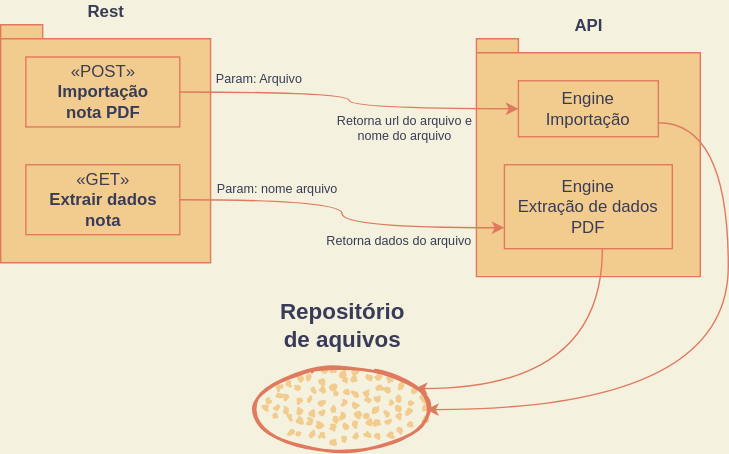
Daivdson/irpf keeps this draw.io diagram as docs/fluxo-importacao.svg. Above is the earlier version. Source tidied: cells renumbered, new cells last; positions are measured from the earlier drawing's top-left corner, leaving out a move shared by most shapes.
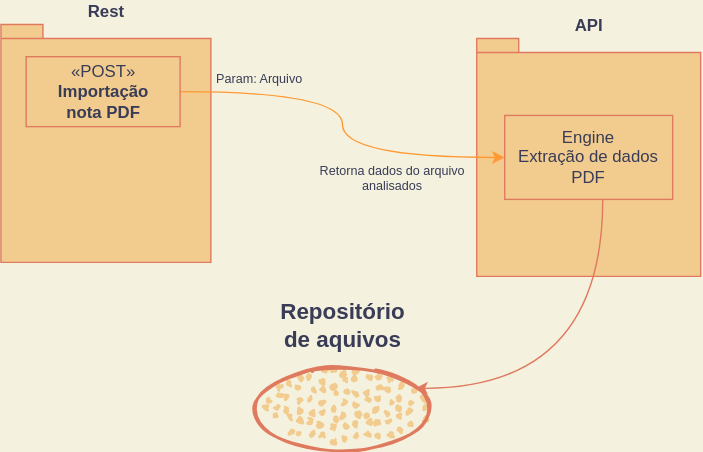
Above is the later version.

Commit message:
Alteração do fluxo

What changed in the source:
```diff
@@ -8,9 +8,9 @@
     <mxCell id="3" value="Rest" style="shape=folder;fontStyle=1;spacingTop=10;tabWidth=30;tabHeight=10;tabPosition=left;html=1;labelPosition=center;verticalLabelPosition=top;align=center;verticalAlign=bottom;textDirection=rtl;fillColor=#F2CC8F;strokeColor=#E07A5F;fontColor=#393C56;" parent="1" vertex="1">
       <mxGeometry width="150" height="170" as="geometry" />
     </mxCell>
-    <mxCell id="4" style="edgeStyle=orthogonalEdgeStyle;curved=1;rounded=0;jettySize=auto;html=1;fontSize=9;strokeColor=#E07A5F;fontColor=#393C56;labelBackgroundColor=#F4F1DE;" parent="1" edge="1" source="5" target="9">
-      <mxGeometry relative="1" as="geometry" />
-    </mxCell>
+    <mxCell id="18" style="edgeStyle=orthogonalEdgeStyle;rounded=0;jettySize=auto;html=1;curved=1;strokeColor=#FF9933;" parent="1" edge="1" source="5" target="13">
+      <mxGeometry relative="1" as="geometry" />
+    </mxCell>
     <mxCell id="5" value="«POST»&lt;br&gt;&lt;b&gt;Importação&lt;br&gt;nota PDF&lt;br&gt;&lt;/b&gt;" style="html=1;fillColor=#F2CC8F;strokeColor=#E07A5F;fontColor=#393C56;" parent="1" vertex="1">
       <mxGeometry x="18" y="23" width="110" height="50" as="geometry" />
     </mxCell>
@@ -20,23 +20,6 @@
     <mxCell id="7" value="&lt;div style=&quot;font-size: 16px&quot;&gt;&lt;font style=&quot;font-size: 16px&quot;&gt;Repositório&lt;/font&gt;&lt;/div&gt;&lt;div style=&quot;font-size: 16px&quot;&gt;&lt;font style=&quot;font-size: 16px&quot;&gt;de aquivos&lt;/font&gt;&lt;/div&gt;" style="text;strokeColor=none;fillColor=none;html=1;fontSize=24;fontStyle=1;verticalAlign=middle;align=center;strokeWidth=1;fontColor=#393C56;" parent="1" vertex="1">
       <mxGeometry x="194" y="190" width="100" height="50" as="geometry" />
     </mxCell>
-    <mxCell id="8" style="edgeStyle=orthogonalEdgeStyle;rounded=0;jettySize=auto;html=1;fontSize=16;curved=1;strokeColor=#E07A5F;fontColor=#393C56;labelBackgroundColor=#F4F1DE;" parent="1" edge="1" source="9" target="6">
-      <mxGeometry relative="1" as="geometry">
-        <Array as="points">
-          <mxPoint x="520" y="70" />
-          <mxPoint x="520" y="275" />
-        </Array>
-      </mxGeometry>
-    </mxCell>
-    <mxCell id="9" value="Engine&lt;br&gt;Importação" style="whiteSpace=wrap;html=1;fillColor=#F2CC8F;strokeColor=#E07A5F;fontColor=#393C56;" parent="1" vertex="1">
-      <mxGeometry x="370" y="40" width="100" height="40" as="geometry" />
-    </mxCell>
-    <mxCell id="10" style="edgeStyle=orthogonalEdgeStyle;rounded=0;jettySize=auto;html=1;entryX=0;entryY=0.75;entryDx=0;entryDy=0;fontSize=16;curved=1;strokeColor=#E07A5F;fontColor=#393C56;labelBackgroundColor=#F4F1DE;" parent="1" edge="1" source="11" target="13">
-      <mxGeometry relative="1" as="geometry" />
-    </mxCell>
-    <mxCell id="11" value="«GET»&lt;br&gt;&lt;div&gt;&lt;b&gt;Extrair dados&lt;/b&gt;&lt;/div&gt;&lt;div&gt;&lt;b&gt;nota&lt;br&gt;&lt;/b&gt;&lt;/div&gt;" style="html=1;fillColor=#F2CC8F;strokeColor=#E07A5F;fontColor=#393C56;" parent="1" vertex="1">
-      <mxGeometry x="18" y="100" width="110" height="50" as="geometry" />
-    </mxCell>
     <mxCell id="12" style="edgeStyle=orthogonalEdgeStyle;rounded=0;jettySize=auto;html=1;fontSize=16;curved=1;strokeColor=#E07A5F;fontColor=#393C56;labelBackgroundColor=#F4F1DE;" parent="1" edge="1" source="13" target="6">
       <mxGeometry relative="1" as="geometry">
         <Array as="points">
@@ -45,19 +28,13 @@
       </mxGeometry>
     </mxCell>
     <mxCell id="13" value="Engine&lt;br&gt;Extração de dados PDF" style="whiteSpace=wrap;html=1;fillColor=#F2CC8F;strokeColor=#E07A5F;fontColor=#393C56;" parent="1" vertex="1">
-      <mxGeometry x="360" y="100" width="120" height="60" as="geometry" />
+      <mxGeometry x="360" y="65" width="120" height="60" as="geometry" />
     </mxCell>
     <mxCell id="14" value="Param: Arquivo" style="text;html=1;strokeColor=none;fillColor=none;align=center;verticalAlign=middle;whiteSpace=wrap;rounded=0;fontSize=9;fontColor=#393C56;" parent="1" vertex="1">
       <mxGeometry x="125" y="24" width="120" height="30" as="geometry" />
     </mxCell>
-    <mxCell id="15" value="Param: nome arquivo" style="text;html=1;strokeColor=none;fillColor=none;align=center;verticalAlign=middle;whiteSpace=wrap;rounded=0;fontSize=9;fontColor=#393C56;" parent="1" vertex="1">
-      <mxGeometry x="138" y="103" width="120" height="30" as="geometry" />
-    </mxCell>
-    <mxCell id="16" value="Retorna url do arquivo e nome do arquivo" style="text;html=1;strokeColor=none;fillColor=none;align=center;verticalAlign=middle;whiteSpace=wrap;rounded=0;fontSize=9;fontColor=#393C56;" parent="1" vertex="1">
-      <mxGeometry x="229" y="59" width="120" height="30" as="geometry" />
-    </mxCell>
-    <mxCell id="17" value="Retorna dados do arquivo" style="text;html=1;strokeColor=none;fillColor=none;align=center;verticalAlign=middle;whiteSpace=wrap;rounded=0;fontSize=9;fontColor=#393C56;" parent="1" vertex="1">
-      <mxGeometry x="225" y="140" width="120" height="30" as="geometry" />
+    <mxCell id="17" value="Retorna dados do arquivo&lt;br&gt;analisados" style="text;html=1;strokeColor=none;fillColor=none;align=center;verticalAlign=middle;whiteSpace=wrap;rounded=0;fontSize=9;fontColor=#393C56;" parent="1" vertex="1">
+      <mxGeometry x="220" y="95" width="120" height="30" as="geometry" />
     </mxCell>
   </root>
 </mxGraphModel>
```
